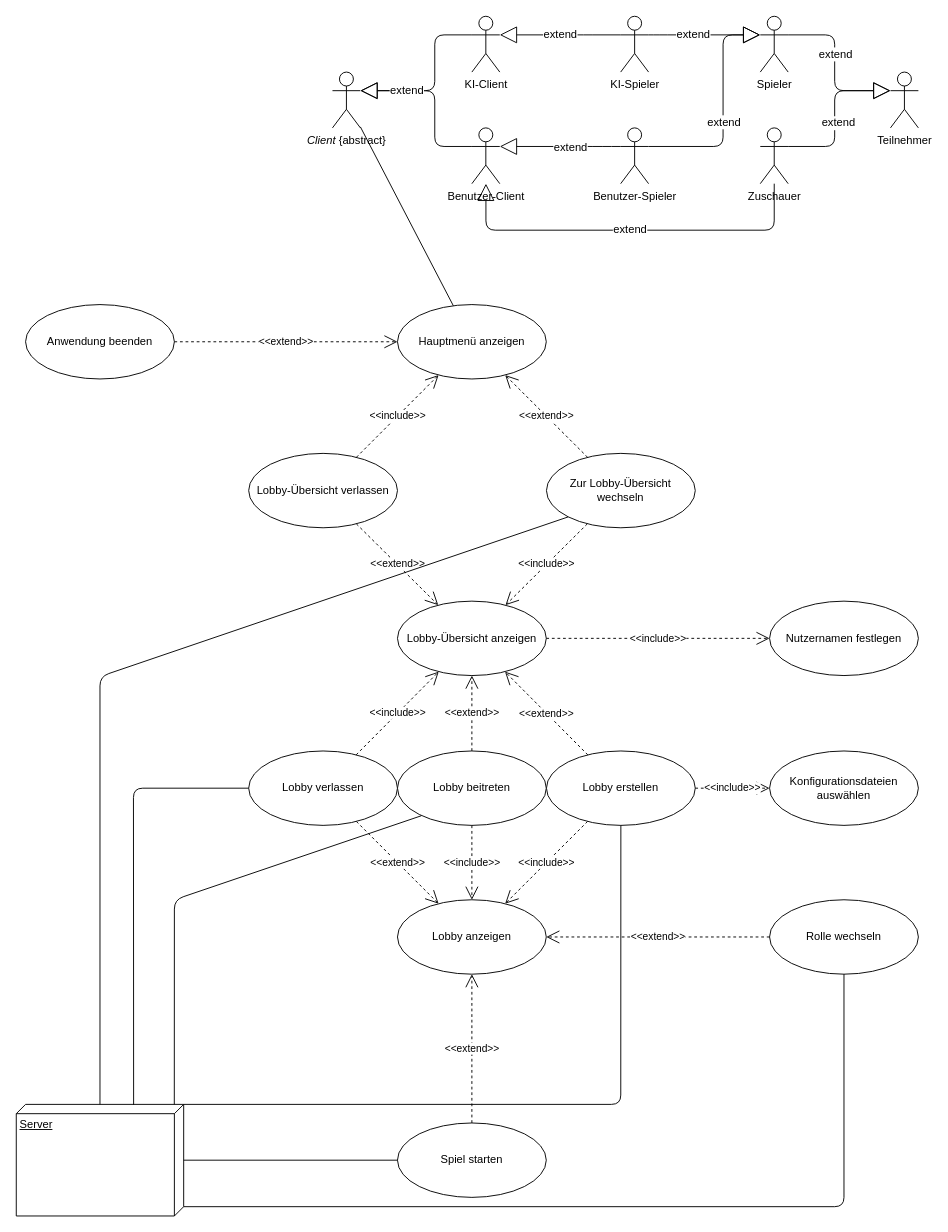
SoPra-Team-17/Meilensteine keeps this draw.io diagram as Meilenstein02/use_case_lobbymanagement.drawio. Above is the earlier version. Source tidied: cells renumbered, new cells numbered last; positions are measured from the earlier drawing's top-left corner, leaving out a move shared by most shapes. Both pictures are drawn from the tidied source at 93%, with x=0, y=0 at pixel (16, 16).
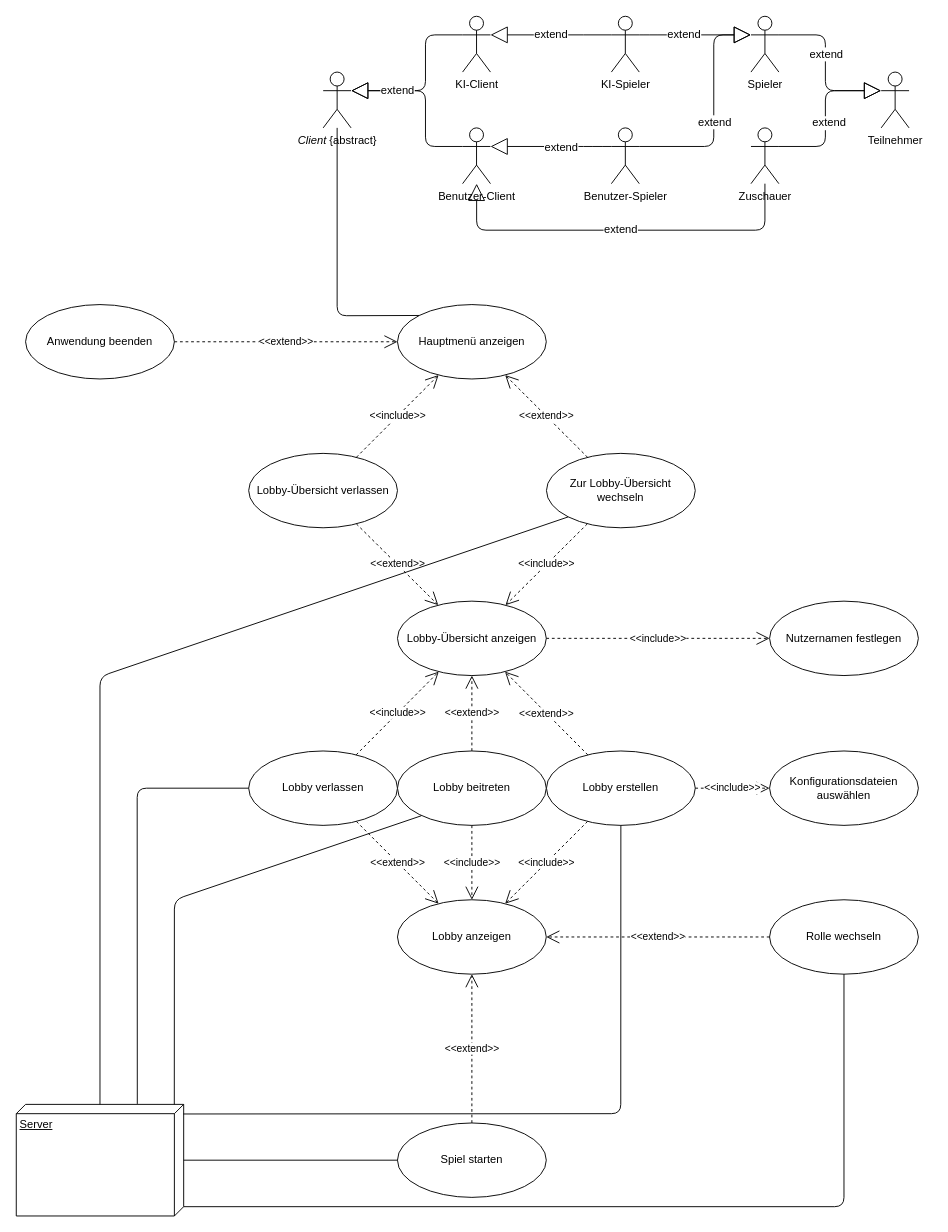
After the change.

Commit message (it also covers changes not shown here):
Anwendungsfalldiagramm Lobbymanagement verbessert

Unchanged cells that the change refers to:
```xml
<mxCell id="5" value="Server" style="verticalAlign=top;align=left;spacingTop=8;spacingLeft=2;spacingRight=12;shape=cube;size=10;direction=south;fontStyle=4;html=1;" parent="1" vertex="1">
  <mxGeometry y="1170" width="180" height="120" as="geometry" />
</mxCell>
<mxCell id="6" value="Lobby erstellen" style="ellipse;whiteSpace=wrap;html=1;" parent="1" vertex="1">
  <mxGeometry x="570.1" y="790" width="160" height="80" as="geometry" />
</mxCell>
<mxCell id="7" value="Hauptmenü anzeigen" style="ellipse;whiteSpace=wrap;html=1;" parent="1" vertex="1">
  <mxGeometry x="409.9" y="310" width="160" height="80" as="geometry" />
</mxCell>
<mxCell id="13" value="Lobby verlassen" style="ellipse;whiteSpace=wrap;html=1;" parent="1" vertex="1">
  <mxGeometry x="249.9" y="790" width="160" height="80" as="geometry" />
</mxCell>
<mxCell id="29" value="Zur Lobby-Übersicht wechseln" style="ellipse;whiteSpace=wrap;html=1;" parent="1" vertex="1">
  <mxGeometry x="570.1" y="470" width="160" height="80" as="geometry" />
</mxCell>
```

Diff of the diagram source:
```diff
@@
     <mxCell id="2" style="endArrow=block;endSize=16;endFill=0;html=1;edgeStyle=orthogonalEdgeStyle;" parent="1" edge="1" source="40" target="36">
       <mxGeometry relative="1" as="geometry">
         <Array as="points">
-          <mxPoint x="630" y="140" />
-          <mxPoint x="630" y="140" />
+          <mxPoint x="620" y="140" />
+          <mxPoint x="620" y="140" />
         </Array>
       </mxGeometry>
     </mxCell>
@@
     <mxCell id="4" style="endArrow=block;endSize=16;endFill=0;html=1;edgeStyle=orthogonalEdgeStyle;" parent="1" edge="1" source="36" target="34">
       <mxGeometry relative="1" as="geometry">
         <Array as="points">
-          <mxPoint x="450" y="140" />
-          <mxPoint x="450" y="80" />
+          <mxPoint x="440" y="140" />
+          <mxPoint x="440" y="80" />
         </Array>
       </mxGeometry>
     </mxCell>
@@
     <mxCell id="34" value="&lt;i&gt;Client&lt;/i&gt; {abstract}" style="shape=umlActor;verticalLabelPosition=bottom;labelBackgroundColor=#ffffff;verticalAlign=top;html=1;outlineConnect=0;" parent="1" vertex="1">
-      <mxGeometry x="340" y="60" width="30" height="60" as="geometry" />
+      <mxGeometry x="330" y="60" width="30" height="60" as="geometry" />
     </mxCell>
     <mxCell id="35" value="KI-Client" style="shape=umlActor;verticalLabelPosition=bottom;labelBackgroundColor=#ffffff;verticalAlign=top;html=1;outlineConnect=0;" parent="1" vertex="1">
-      <mxGeometry x="489.9" width="30" height="60" as="geometry" />
+      <mxGeometry x="479.9" width="30" height="60" as="geometry" />
     </mxCell>
     <mxCell id="36" value="Benutzer-Client" style="shape=umlActor;verticalLabelPosition=bottom;labelBackgroundColor=#ffffff;verticalAlign=top;html=1;outlineConnect=0;" parent="1" vertex="1">
-      <mxGeometry x="489.9" y="120" width="30" height="60" as="geometry" />
+      <mxGeometry x="479.9" y="120" width="30" height="60" as="geometry" />
     </mxCell>
     <mxCell id="37" value="&lt;font style=&quot;font-size: 12px&quot;&gt;extend&lt;/font&gt;" style="endArrow=block;endSize=16;endFill=0;html=1;edgeStyle=orthogonalEdgeStyle;" parent="1" edge="1" source="35" target="34">
       <mxGeometry x="0.44" relative="1" as="geometry">
         <Array as="points">
-          <mxPoint x="450" y="20" />
-          <mxPoint x="450" y="80" />
+          <mxPoint x="440" y="20" />
+          <mxPoint x="440" y="80" />
         </Array>
       </mxGeometry>
     </mxCell>
     <mxCell id="38" value="KI-Spieler" style="shape=umlActor;verticalLabelPosition=bottom;labelBackgroundColor=#ffffff;verticalAlign=top;html=1;outlineConnect=0;" parent="1" vertex="1">
-      <mxGeometry x="649.9" width="30" height="60" as="geometry" />
+      <mxGeometry x="639.9" width="30" height="60" as="geometry" />
     </mxCell>
     <mxCell id="39" value="Teilnehmer" style="shape=umlActor;verticalLabelPosition=bottom;labelBackgroundColor=#ffffff;verticalAlign=top;html=1;outlineConnect=0;" parent="1" vertex="1">
-      <mxGeometry x="940" y="60" width="30" height="60" as="geometry" />
+      <mxGeometry x="930" y="60" width="30" height="60" as="geometry" />
     </mxCell>
     <mxCell id="40" value="Benutzer-Spieler" style="shape=umlActor;verticalLabelPosition=bottom;labelBackgroundColor=#ffffff;verticalAlign=top;html=1;outlineConnect=0;" parent="1" vertex="1">
-      <mxGeometry x="649.9" y="120" width="30" height="60" as="geometry" />
+      <mxGeometry x="639.9" y="120" width="30" height="60" as="geometry" />
     </mxCell>
     <mxCell id="41" value="Zuschauer" style="shape=umlActor;verticalLabelPosition=bottom;labelBackgroundColor=#ffffff;verticalAlign=top;html=1;outlineConnect=0;" parent="1" vertex="1">
-      <mxGeometry x="800" y="120" width="30" height="60" as="geometry" />
+      <mxGeometry x="790" y="120" width="30" height="60" as="geometry" />
     </mxCell>
     <mxCell id="42" value="&lt;font style=&quot;font-size: 12px&quot;&gt;extend&lt;/font&gt;" style="endArrow=block;endSize=16;endFill=0;html=1;edgeStyle=orthogonalEdgeStyle;" parent="1" edge="1" source="41" target="36">
       <mxGeometry relative="1" as="geometry">
         <Array as="points">
-          <mxPoint x="815" y="230" />
-          <mxPoint x="505" y="230" />
+          <mxPoint x="805" y="230" />
+          <mxPoint x="495" y="230" />
         </Array>
       </mxGeometry>
     </mxCell>
     <mxCell id="43" value="&lt;font style=&quot;font-size: 12px&quot;&gt;extend&lt;/font&gt;" style="endArrow=block;endSize=16;endFill=0;html=1;edgeStyle=orthogonalEdgeStyle;" parent="1" edge="1" source="38" target="35">
       <mxGeometry relative="1" as="geometry">
         <Array as="points">
-          <mxPoint x="610" y="20" />
-          <mxPoint x="610" y="20" />
+          <mxPoint x="600" y="20" />
+          <mxPoint x="600" y="20" />
         </Array>
       </mxGeometry>
     </mxCell>
     <mxCell id="44" style="endArrow=block;endSize=16;endFill=0;html=1;edgeStyle=orthogonalEdgeStyle;" parent="1" edge="1" source="40" target="51">
       <mxGeometry relative="1" as="geometry">
         <Array as="points">
-          <mxPoint x="760" y="140" />
-          <mxPoint x="760" y="20" />
+          <mxPoint x="750" y="140" />
+          <mxPoint x="750" y="20" />
         </Array>
       </mxGeometry>
     </mxCell>
@@
     <mxCell id="46" style="endArrow=block;endSize=16;endFill=0;html=1;edgeStyle=orthogonalEdgeStyle;" parent="1" edge="1" source="41" target="39">
       <mxGeometry relative="1" as="geometry">
         <Array as="points">
-          <mxPoint x="880" y="140" />
-          <mxPoint x="880" y="80" />
+          <mxPoint x="870" y="140" />
+          <mxPoint x="870" y="80" />
         </Array>
       </mxGeometry>
     </mxCell>
@@
     <mxCell id="48" value="&lt;font style=&quot;font-size: 12px&quot;&gt;extend&lt;/font&gt;" style="endArrow=block;endSize=16;endFill=0;html=1;edgeStyle=orthogonalEdgeStyle;" parent="1" edge="1" source="38" target="51">
       <mxGeometry x="-0.2" relative="1" as="geometry">
         <Array as="points">
-          <mxPoint x="690" y="20" />
-          <mxPoint x="690" y="20" />
+          <mxPoint x="680" y="20" />
+          <mxPoint x="680" y="20" />
         </Array>
       </mxGeometry>
     </mxCell>
     <mxCell id="49" style="edgeStyle=orthogonalEdgeStyle;rounded=1;jettySize=auto;html=1;endArrow=block;endFill=0;endSize=16;" parent="1" edge="1" source="51" target="39">
       <mxGeometry relative="1" as="geometry">
         <Array as="points">
-          <mxPoint x="880" y="20" />
-          <mxPoint x="880" y="80" />
+          <mxPoint x="870" y="20" />
+          <mxPoint x="870" y="80" />
         </Array>
       </mxGeometry>
     </mxCell>
@@
     <mxCell id="51" value="Spieler" style="shape=umlActor;verticalLabelPosition=bottom;labelBackgroundColor=#ffffff;verticalAlign=top;html=1;outlineConnect=0;" parent="1" vertex="1">
-      <mxGeometry x="800" width="30" height="60" as="geometry" />
+      <mxGeometry x="790" width="30" height="60" as="geometry" />
     </mxCell>
-    <mxCell id="52" style="endArrow=none;html=1;" parent="1" edge="1" source="7" target="34">
-      <mxGeometry relative="1" as="geometry" />
+    <mxCell id="52" style="endArrow=none;html=1;exitX=0;exitY=0;exitDx=0;exitDy=0;" parent="1" edge="1" source="7" target="34">
+      <mxGeometry relative="1" as="geometry">
+        <Array as="points">
+          <mxPoint x="345" y="322" />
+        </Array>
+      </mxGeometry>
     </mxCell>
-    <mxCell id="53" style="endArrow=none;html=1;exitX=0;exitY=1;exitDx=0;exitDy=0;" parent="1" edge="1" source="29" target="5">
+    <mxCell id="53" style="endArrow=none;html=1;exitX=0;exitY=1;exitDx=0;exitDy=0;" parent="1" edge="1" source="29">
       <mxGeometry relative="1" as="geometry">
+        <mxPoint x="90" y="1170" as="targetPoint" />
         <Array as="points">
           <mxPoint x="90" y="710" />
         </Array>
       </mxGeometry>
     </mxCell>
@@
-    <mxCell id="57" style="endArrow=none;html=1;exitX=0;exitY=0;exitDx=0;exitDy=0;exitPerimeter=0;" parent="1" edge="1" source="5" target="6">
+    <mxCell id="57" style="endArrow=none;html=1;exitX=0.086;exitY=0.002;exitDx=0;exitDy=0;exitPerimeter=0;" parent="1" edge="1" source="5" target="6">
       <mxGeometry relative="1" as="geometry">
         <Array as="points">
-          <mxPoint x="650" y="1170" />
+          <mxPoint x="650" y="1180" />
         </Array>
       </mxGeometry>
     </mxCell>
-    <mxCell id="58" style="endArrow=none;html=1;entryX=0.004;entryY=0.299;entryDx=0;entryDy=0;entryPerimeter=0;" parent="1" edge="1" source="13" target="5">
+    <mxCell id="58" style="endArrow=none;html=1;entryX=-0.004;entryY=0.277;entryDx=0;entryDy=0;entryPerimeter=0;" parent="1" edge="1" source="13" target="5">
       <mxGeometry relative="1" as="geometry">
         <Array as="points">
-          <mxPoint x="126" y="830" />
+          <mxPoint x="130" y="830" />
         </Array>
       </mxGeometry>
     </mxCell>
```
